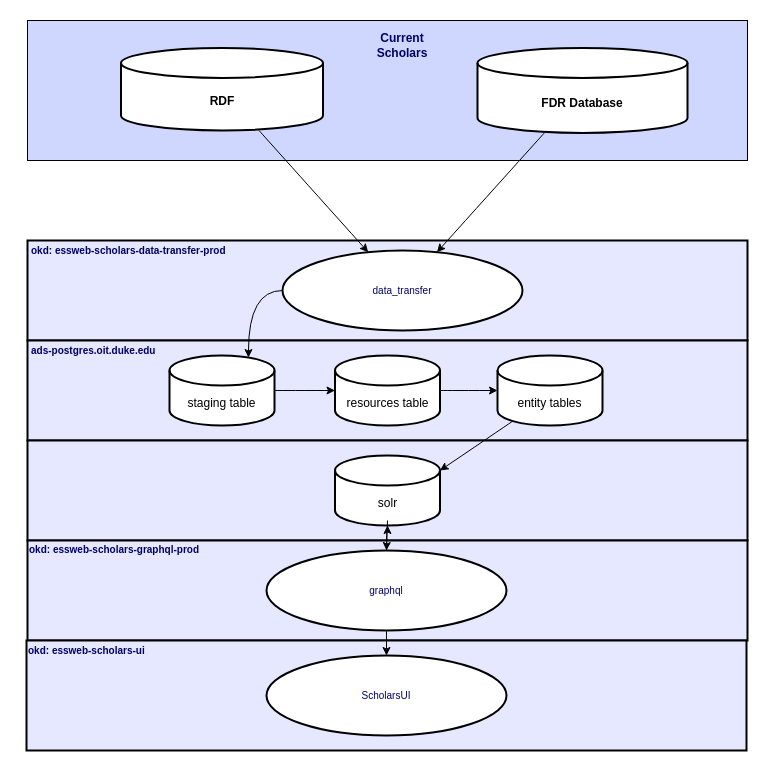
tibbs001/scholars keeps this draw.io diagram as DataFlowDiagram - New - HighLevel.drawio. Above is the earlier version. Source tidied: cells renumbered, new cells numbered last; positions are measured from the earlier drawing's top-left corner, leaving out a move shared by most shapes. Both pictures are drawn from the tidied source at 100%, with x=0, y=0 at pixel (26, 20).
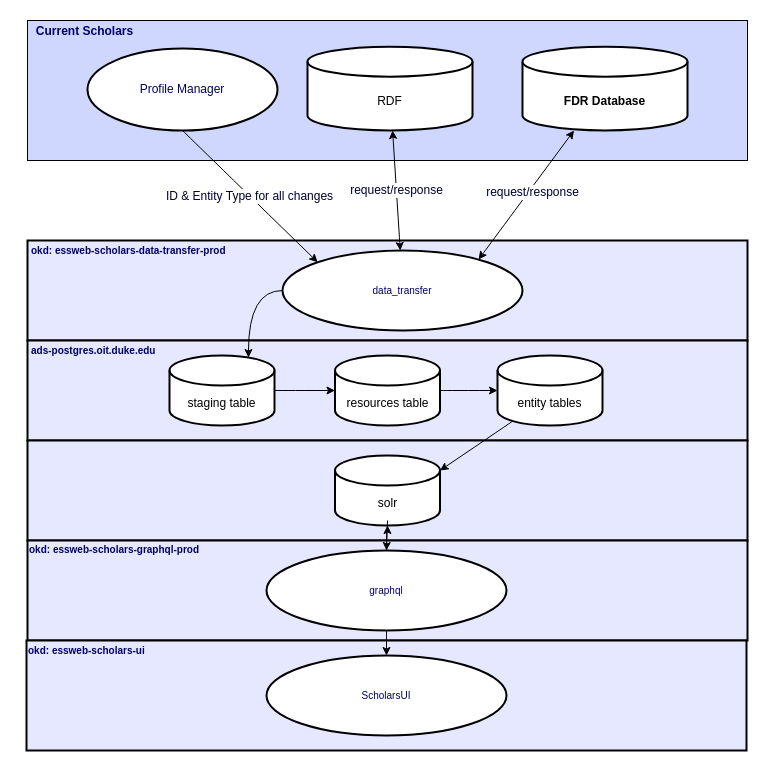
The same page after the edit.

Unchanged cells that the change refers to:
```xml
<mxCell id="3" value="&lt;div&gt;data_transfer&lt;/div&gt;" style="ellipse;whiteSpace=wrap;html=1;rounded=0;labelBackgroundColor=#FFFFFF;labelBorderColor=none;fontFamily=Helvetica;fontSize=10;fontColor=#000066;strokeWidth=2;fillColor=#FFFFFF;" parent="1" vertex="1">
  <mxGeometry x="256" y="230" width="240" height="80" as="geometry" />
</mxCell>
```

Diff of the diagram source:
```diff
@@
     <mxCell id="8" value="&lt;b&gt;FDR Database&lt;/b&gt;" style="shape=cylinder3;whiteSpace=wrap;html=1;boundedLbl=1;backgroundOutline=1;size=15;strokeWidth=2;" parent="1" vertex="1">
-      <mxGeometry x="451" y="27.5" width="210" height="85" as="geometry" />
+      <mxGeometry x="496" y="26.2" width="165" height="83.8" as="geometry" />
     </mxCell>
-    <mxCell id="9" value="&lt;b&gt;RDF&lt;/b&gt;" style="shape=cylinder3;whiteSpace=wrap;html=1;boundedLbl=1;backgroundOutline=1;size=15;strokeWidth=2;" parent="1" vertex="1">
-      <mxGeometry x="94.5" y="27.5" width="202" height="82.5" as="geometry" />
-    </mxCell>
@@
-    <mxCell id="18" style="endArrow=classic;html=1;rounded=0;fontFamily=Helvetica;fontSize=10;fontColor=#000066;curved=1;" parent="1" edge="1" source="8" target="3">
-      <mxGeometry relative="1" as="geometry" />
-    </mxCell>
-    <mxCell id="19" style="endArrow=classic;html=1;rounded=0;fontFamily=Helvetica;fontSize=10;fontColor=#000066;curved=1;" parent="1" edge="1" source="9" target="3">
-      <mxGeometry relative="1" as="geometry" />
-    </mxCell>
@@
     <mxCell id="26" value="&lt;font style=&quot;font-size: 12px&quot;&gt;&lt;b&gt;Current Scholars&lt;/b&gt;&lt;/font&gt;" style="text;html=1;strokeColor=none;fillColor=none;align=center;verticalAlign=middle;whiteSpace=wrap;rounded=0;labelBackgroundColor=none;labelBorderColor=none;fontFamily=Helvetica;fontSize=10;fontColor=#000066;" parent="1" vertex="1">
-      <mxGeometry x="346" y="10" width="60" height="30" as="geometry" />
+      <mxGeometry x="-9" y="-3.8" width="135" height="30" as="geometry" />
     </mxCell>
@@
+    <mxCell id="31" value="Profile Manager" style="ellipse;whiteSpace=wrap;html=1;rounded=0;labelBackgroundColor=none;labelBorderColor=none;fontFamily=Helvetica;fontSize=12;fontColor=#000066;strokeWidth=2;fillColor=#FFFFFF;" parent="1" vertex="1">
+      <mxGeometry x="61" y="28.1" width="190" height="81.9" as="geometry" />
+    </mxCell>
+    <mxCell id="9" value="RDF" style="shape=cylinder3;whiteSpace=wrap;html=1;boundedLbl=1;backgroundOutline=1;size=15;strokeWidth=2;" parent="1" vertex="1">
+      <mxGeometry x="281" y="26.2" width="165" height="83.8" as="geometry" />
+    </mxCell>
+    <mxCell id="32" value="&lt;font color=&quot;#000033&quot;&gt;ID &amp;amp; Entity Type for all changes&lt;/font&gt;" style="endArrow=classic;html=1;rounded=0;fontFamily=Helvetica;fontSize=12;fontColor=#000066;curved=1;exitX=0.5;exitY=1;exitDx=0;exitDy=0;entryX=0;entryY=0;entryDx=0;entryDy=0;" parent="1" edge="1" source="31" target="3">
+      <mxGeometry relative="1" as="geometry" />
+    </mxCell>
+    <mxCell id="33" style="endArrow=classic;startArrow=classic;html=1;rounded=0;fontFamily=Helvetica;fontSize=12;fontColor=#000033;curved=1;" parent="1" edge="1" source="3" target="9">
+      <mxGeometry relative="1" as="geometry" />
+    </mxCell>
+    <mxCell id="34" value="&lt;div&gt;request/response&lt;/div&gt;" style="edgeLabel;html=1;align=center;verticalAlign=middle;fontSize=12;fontFamily=Helvetica;fontColor=#000033;" parent="33" vertex="1">
+      <mxGeometry x="0.02" relative="1" as="geometry" />
+    </mxCell>
+    <mxCell id="35" style="endArrow=classic;startArrow=classic;html=1;rounded=0;fontFamily=Helvetica;fontSize=12;fontColor=#000033;curved=1;exitX=0.817;exitY=0.113;exitDx=0;exitDy=0;exitPerimeter=0;" parent="1" edge="1" source="3" target="8">
+      <mxGeometry relative="1" as="geometry" />
+    </mxCell>
+    <mxCell id="36" value="request/response" style="edgeLabel;html=1;align=center;verticalAlign=middle;fontSize=12;fontFamily=Helvetica;fontColor=#000033;" parent="35" vertex="1">
+      <mxGeometry x="0.09" y="-2" relative="1" as="geometry">
+        <mxPoint y="1" as="offset" />
+      </mxGeometry>
+    </mxCell>
```
